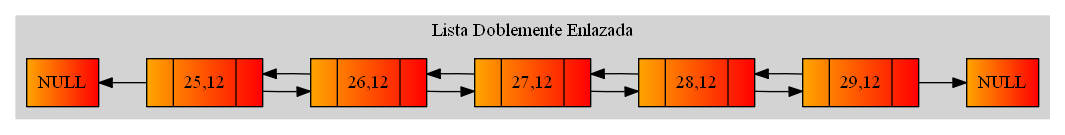
Above: graficaLD.png in Tiago-130414/EDD_1S2019_P1_201313722 (Graphviz), before the change. Its source is kept beside it as graficaLD.dot.
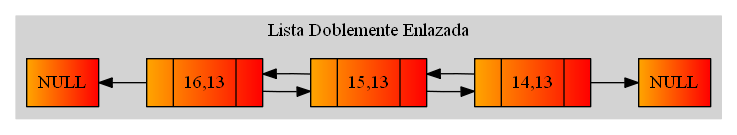
After the commit.

What changed in the source:
```diff
@@ -6,22 +6,16 @@
 color = lightgrey;
 node[shape=record];
 NodoPN[label="NULL"style = filled, fillcolor = "orange:red"];
-Nodo25C12[label="{ |25,12| }"style = filled, fillcolor = "orange:red"];
-Nodo26C12[label="{ |26,12| }"style = filled, fillcolor = "orange:red"];
-Nodo27C12[label="{ |27,12| }"style = filled, fillcolor = "orange:red"];
-Nodo28C12[label="{ |28,12| }"style = filled, fillcolor = "orange:red"];
-Nodo29C12[label="{ |29,12| }"style = filled, fillcolor = "orange:red"];
+Nodo16C13[label="{ |16,13| }"style = filled, fillcolor = "orange:red"];
+Nodo15C13[label="{ |15,13| }"style = filled, fillcolor = "orange:red"];
+Nodo14C13[label="{ |14,13| }"style = filled, fillcolor = "orange:red"];
 NodoUN[label="NULL"style = filled, fillcolor = "orange:red"];
-NodoPN->Nodo25C12[dir=back];
-Nodo25C12->Nodo26C12;
-Nodo26C12->Nodo25C12;
-Nodo26C12->Nodo27C12;
-Nodo27C12->Nodo26C12;
-Nodo27C12->Nodo28C12;
-Nodo28C12->Nodo27C12;
-Nodo28C12->Nodo29C12;
-Nodo29C12->Nodo28C12;
-Nodo29C12->NodoUN;
+NodoPN->Nodo16C13[dir=back];
+Nodo16C13->Nodo15C13;
+Nodo15C13->Nodo16C13;
+Nodo15C13->Nodo14C13;
+Nodo14C13->Nodo15C13;
+Nodo14C13->NodoUN;
 label = "Lista Doblemente Enlazada";
 }
 }
```
